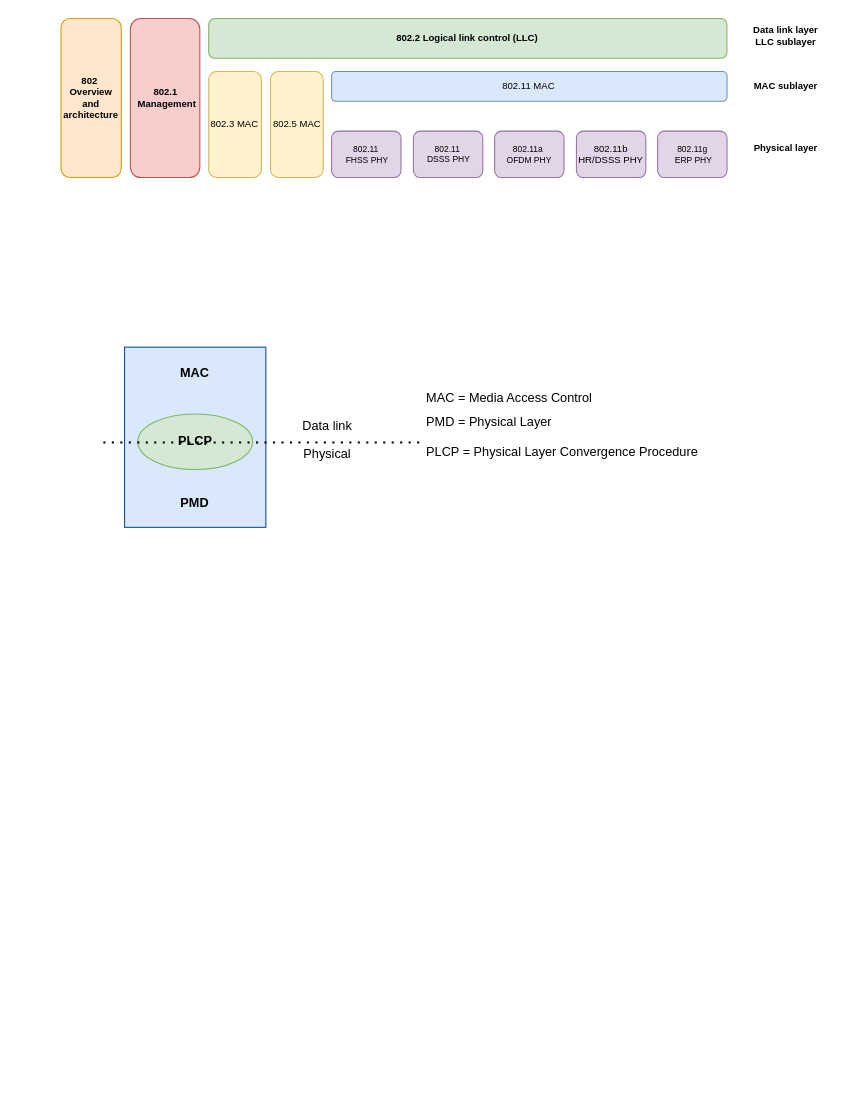
The draw.io diagram drawio/wifi.drawio in iceyxy/flow-chart-drawio, before the edit. Source tidied: cells renumbered, new cells numbered last; positions are measured from the earlier drawing's top-left corner, leaving out a move shared by most shapes. Both pictures are drawn from the tidied source at 106%, with x=0, y=0 at pixel (60, 18).
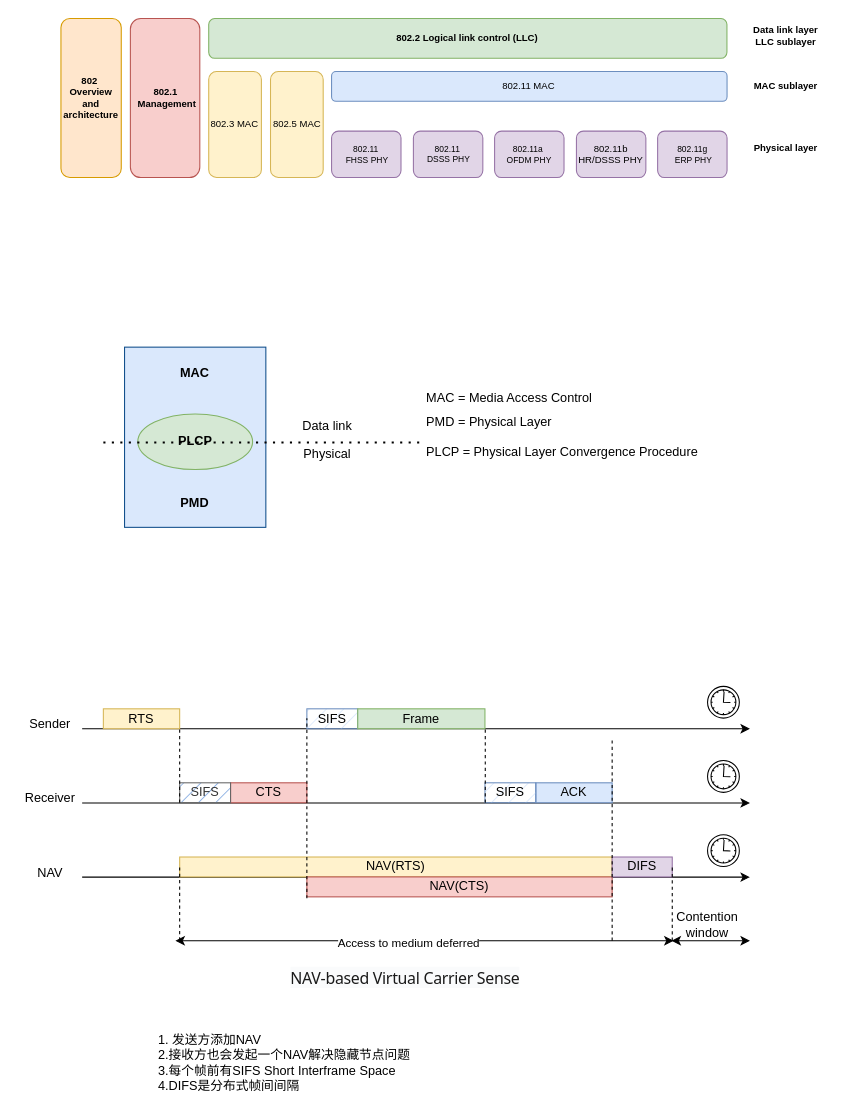
After the change.

What changed in the source:
```diff
@@
+    <mxCell id="28" style="group;" parent="1" vertex="1">
+      <mxGeometry x="-40" y="630" width="690" height="290" as="geometry" />
+    </mxCell>
+    <mxCell id="29" style="endArrow=classic;html=1;rounded=0;" parent="28" edge="1">
+      <mxGeometry relative="1" as="geometry">
+        <mxPoint x="60" y="40" as="sourcePoint" />
+        <mxPoint x="690" y="40" as="targetPoint" />
+      </mxGeometry>
+    </mxCell>
+    <mxCell id="30" value="RTS" style="rounded=0;whiteSpace=wrap;html=1;fillColor=#fff2cc;strokeColor=#d6b656;" parent="28" vertex="1">
+      <mxGeometry x="80" y="21.2" width="72" height="18.8" as="geometry" />
+    </mxCell>
+    <mxCell id="31" style="endArrow=classic;html=1;rounded=0;" parent="28" edge="1">
+      <mxGeometry relative="1" as="geometry">
+        <mxPoint x="60" y="110" as="sourcePoint" />
+        <mxPoint x="690" y="110" as="targetPoint" />
+      </mxGeometry>
+    </mxCell>
+    <mxCell id="32" value="CTS" style="rounded=0;whiteSpace=wrap;html=1;fillColor=#f8cecc;strokeColor=#b85450;" parent="28" vertex="1">
+      <mxGeometry x="200" y="91" width="72" height="18.8" as="geometry" />
+    </mxCell>
+    <mxCell id="33" value="SIFS" style="rounded=0;whiteSpace=wrap;html=1;fillColor=#7EA6E0;fontColor=#333333;strokeColor=#666666;fillStyle=hatch;" parent="28" vertex="1">
+      <mxGeometry x="152" y="91" width="48" height="18.8" as="geometry" />
+    </mxCell>
+    <mxCell id="34" value="SIFS" style="rounded=0;whiteSpace=wrap;html=1;fillStyle=hatch;fillColor=#dae8fc;strokeColor=#6c8ebf;" parent="28" vertex="1">
+      <mxGeometry x="272" y="21.2" width="48" height="18.8" as="geometry" />
+    </mxCell>
+    <mxCell id="35" value="Frame" style="rounded=0;whiteSpace=wrap;html=1;fillColor=#d5e8d4;strokeColor=#82b366;" parent="28" vertex="1">
+      <mxGeometry x="320" y="21.2" width="120" height="18.8" as="geometry" />
+    </mxCell>
+    <mxCell id="36" value="ACK" style="rounded=0;whiteSpace=wrap;html=1;fillColor=#dae8fc;strokeColor=#6c8ebf;" parent="28" vertex="1">
+      <mxGeometry x="488" y="91" width="72" height="18.8" as="geometry" />
+    </mxCell>
+    <mxCell id="37" value="SIFS" style="rounded=0;whiteSpace=wrap;html=1;fillColor=#dae8fc;strokeColor=#6c8ebf;fillStyle=hatch;" parent="28" vertex="1">
+      <mxGeometry x="440" y="91" width="48" height="18.8" as="geometry" />
+    </mxCell>
+    <mxCell id="38" style="endArrow=classic;html=1;rounded=0;" parent="28" edge="1">
+      <mxGeometry relative="1" as="geometry">
+        <mxPoint x="60" y="180" as="sourcePoint" />
+        <mxPoint x="690" y="180" as="targetPoint" />
+      </mxGeometry>
+    </mxCell>
+    <mxCell id="39" value="NAV(RTS)" style="rounded=0;whiteSpace=wrap;html=1;fillColor=#fff2cc;strokeColor=#d6b656;" parent="28" vertex="1">
+      <mxGeometry x="152" y="161" width="408" height="18.8" as="geometry" />
+    </mxCell>
+    <mxCell id="40" value="NAV(CTS)" style="rounded=0;whiteSpace=wrap;html=1;fillColor=#f8cecc;strokeColor=#b85450;" parent="28" vertex="1">
+      <mxGeometry x="272" y="179.8" width="288" height="18.8" as="geometry" />
+    </mxCell>
+    <mxCell id="41" value="DIFS" style="rounded=0;whiteSpace=wrap;html=1;fillColor=#e1d5e7;strokeColor=#9673a6;" parent="28" vertex="1">
+      <mxGeometry x="560" y="161" width="56.7" height="18.8" as="geometry" />
+    </mxCell>
+    <mxCell id="42" style="endArrow=none;dashed=1;html=1;rounded=0;entryX=1;entryY=1;entryDx=0;entryDy=0;exitX=0;exitY=1;exitDx=0;exitDy=0;" parent="28" edge="1" source="33" target="30">
+      <mxGeometry relative="1" as="geometry" />
+    </mxCell>
+    <mxCell id="43" style="endArrow=none;dashed=1;html=1;rounded=0;entryX=1;entryY=1;entryDx=0;entryDy=0;" parent="28" edge="1">
+      <mxGeometry relative="1" as="geometry">
+        <mxPoint x="272" y="200" as="sourcePoint" />
+        <mxPoint x="272" y="30" as="targetPoint" />
+      </mxGeometry>
+    </mxCell>
+    <mxCell id="44" style="endArrow=none;dashed=1;html=1;rounded=0;entryX=1;entryY=1;entryDx=0;entryDy=0;exitX=0;exitY=1;exitDx=0;exitDy=0;" parent="28" edge="1">
+      <mxGeometry relative="1" as="geometry">
+        <mxPoint x="440.3" y="109.8" as="sourcePoint" />
+        <mxPoint x="440.3" y="39.8" as="targetPoint" />
+      </mxGeometry>
+    </mxCell>
+    <mxCell id="45" style="endArrow=none;dashed=1;html=1;rounded=0;entryX=1;entryY=1;entryDx=0;entryDy=0;" parent="28" edge="1">
+      <mxGeometry relative="1" as="geometry">
+        <mxPoint x="560" y="240" as="sourcePoint" />
+        <mxPoint x="560" y="50" as="targetPoint" />
+      </mxGeometry>
+    </mxCell>
+    <mxCell id="46" style="endArrow=none;dashed=1;html=1;rounded=0;entryX=1;entryY=1;entryDx=0;entryDy=0;exitX=0;exitY=1;exitDx=0;exitDy=0;" parent="28" edge="1">
+      <mxGeometry relative="1" as="geometry">
+        <mxPoint x="616.7" y="240" as="sourcePoint" />
+        <mxPoint x="616.7" y="170" as="targetPoint" />
+      </mxGeometry>
+    </mxCell>
+    <mxCell id="47" style="endArrow=none;dashed=1;html=1;rounded=0;entryX=1;entryY=1;entryDx=0;entryDy=0;exitX=0;exitY=1;exitDx=0;exitDy=0;" parent="28" edge="1">
+      <mxGeometry relative="1" as="geometry">
+        <mxPoint x="152" y="239.8" as="sourcePoint" />
+        <mxPoint x="152" y="169.8" as="targetPoint" />
+      </mxGeometry>
+    </mxCell>
+    <mxCell id="48" style="endArrow=classic;startArrow=classic;html=1;rounded=0;" parent="28" edge="1">
+      <mxGeometry relative="1" as="geometry">
+        <mxPoint x="148" y="240" as="sourcePoint" />
+        <mxPoint x="618" y="240" as="targetPoint" />
+      </mxGeometry>
+    </mxCell>
+    <mxCell id="49" value="Access to medium deferred" style="edgeLabel;html=1;align=center;verticalAlign=middle;" parent="48" vertex="1">
+      <mxGeometry x="-0.07" y="-1" relative="1" as="geometry" />
+    </mxCell>
+    <mxCell id="50" style="endArrow=classic;startArrow=classic;html=1;rounded=0;" parent="28" edge="1">
+      <mxGeometry relative="1" as="geometry">
+        <mxPoint x="616" y="240" as="sourcePoint" />
+        <mxPoint x="690" y="240" as="targetPoint" />
+      </mxGeometry>
+    </mxCell>
+    <mxCell id="51" value="Sender" style="text;html=1;whiteSpace=wrap;strokeColor=none;fillColor=none;align=center;verticalAlign=middle;rounded=0;" parent="28" vertex="1">
+      <mxGeometry y="21.2" width="60" height="30" as="geometry" />
+    </mxCell>
+    <mxCell id="52" value="Receiver" style="text;html=1;whiteSpace=wrap;strokeColor=none;fillColor=none;align=center;verticalAlign=middle;rounded=0;" parent="28" vertex="1">
+      <mxGeometry y="91" width="60" height="30" as="geometry" />
+    </mxCell>
+    <mxCell id="53" value="NAV" style="text;html=1;whiteSpace=wrap;strokeColor=none;fillColor=none;align=center;verticalAlign=middle;rounded=0;" parent="28" vertex="1">
+      <mxGeometry y="161" width="60" height="30" as="geometry" />
+    </mxCell>
+    <mxCell id="54" style="shape=mxgraph.bpmn.event;html=1;verticalLabelPosition=bottom;labelBackgroundColor=#ffffff;verticalAlign=top;align=center;perimeter=ellipsePerimeter;outline=standard;symbol=timer;" parent="28" vertex="1">
+      <mxGeometry x="650" width="30" height="30" as="geometry" />
+    </mxCell>
+    <mxCell id="55" style="shape=mxgraph.bpmn.event;html=1;verticalLabelPosition=bottom;labelBackgroundColor=#ffffff;verticalAlign=top;align=center;perimeter=ellipsePerimeter;outline=standard;symbol=timer;" parent="28" vertex="1">
+      <mxGeometry x="650" y="70" width="30" height="30" as="geometry" />
+    </mxCell>
+    <mxCell id="56" style="shape=mxgraph.bpmn.event;html=1;verticalLabelPosition=bottom;labelBackgroundColor=#ffffff;verticalAlign=top;align=center;perimeter=ellipsePerimeter;outline=standard;symbol=timer;" parent="28" vertex="1">
+      <mxGeometry x="650" y="140" width="30" height="30" as="geometry" />
+    </mxCell>
+    <mxCell id="57" value="Contention window" style="text;html=1;whiteSpace=wrap;strokeColor=none;fillColor=none;align=center;verticalAlign=middle;rounded=0;" parent="28" vertex="1">
+      <mxGeometry x="620" y="210" width="60" height="30" as="geometry" />
+    </mxCell>
+    <mxCell id="58" value="&lt;span style=&quot;color: rgb(26, 26, 26); font-family: Tahoma, &amp;quot;Microsoft YaHei&amp;quot;, &amp;quot;PingFang SC&amp;quot;, &amp;quot;Helvetica Neue&amp;quot;; font-size: 15px; letter-spacing: -0.28px; text-align: start; background-color: rgb(250, 251, 252);&quot;&gt;NAV-based Virtual Carrier Sense&lt;/span&gt;" style="text;html=1;whiteSpace=wrap;strokeColor=none;fillColor=none;align=center;verticalAlign=middle;rounded=0;" parent="28" vertex="1">
+      <mxGeometry x="250.8" y="260" width="228" height="30" as="geometry" />
+    </mxCell>
+    <mxCell id="59" value="1. 发送方添加NAV&lt;div&gt;2.接收方也会发起一个NAV解决隐藏节点问题&lt;/div&gt;&lt;div&gt;3.每个帧前有SIFS&amp;nbsp;Short Interframe Space&lt;/div&gt;&lt;div&gt;4.DIFS是分布式帧间间隔&lt;/div&gt;" style="text;html=1;whiteSpace=wrap;strokeColor=none;fillColor=none;align=left;verticalAlign=middle;rounded=0;" parent="1" vertex="1">
+      <mxGeometry x="90" y="970" width="370" height="30" as="geometry" />
+    </mxCell>
```
